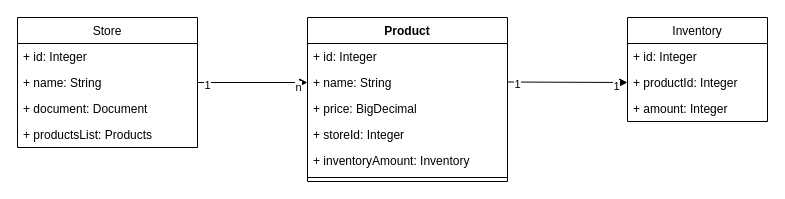
The draw.io diagram uml-diagram/csv-loader-class-diagram.drawio in LeoManzini/CsvLoader, before the edit. Source tidied: cells renumbered, new cells numbered last; positions are measured from the earlier drawing's top-left corner, leaving out a move shared by most shapes. Both pictures are drawn from the tidied source at 100%, with x=0, y=0 at pixel (17, 17).
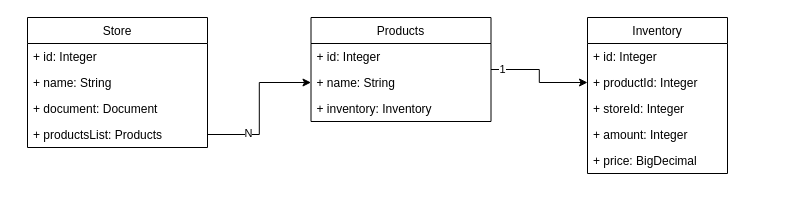
The same page after the edit.

Unchanged cells that the change refers to:
```xml
<mxCell id="11" value="+ productId: Integer" style="text;strokeColor=none;fillColor=none;align=left;verticalAlign=top;spacingLeft=4;spacingRight=4;overflow=hidden;points=[[0,0.5],[1,0.5]];portConstraint=eastwest;" parent="9" vertex="1">
  <mxGeometry y="52" width="140" height="26" as="geometry" />
</mxCell>
<mxCell id="20" value="+ productsList: Products" style="text;strokeColor=none;fillColor=none;align=left;verticalAlign=top;spacingLeft=4;spacingRight=4;overflow=hidden;points=[[0,0.5],[1,0.5]];portConstraint=eastwest;" parent="16" vertex="1">
  <mxGeometry y="104" width="180" height="26" as="geometry" />
</mxCell>
```

The edit, as a diff of the source:
```diff
@@
-    <mxCell id="2" value="Product" style="swimlane;fontStyle=1;align=center;verticalAlign=top;horizontal=1;startSize=26;" parent="1" vertex="1">
-      <mxGeometry x="290" width="200" height="164" as="geometry" />
-    </mxCell>
-    <mxCell id="3" value="+ id: Integer&#10;" style="text;strokeColor=none;fillColor=none;align=left;verticalAlign=top;spacingLeft=4;spacingRight=4;overflow=hidden;" parent="2" vertex="1">
-      <mxGeometry y="26" width="200" height="26" as="geometry" />
-    </mxCell>
-    <mxCell id="4" value="+ name: String" style="text;strokeColor=none;fillColor=none;align=left;verticalAlign=top;spacingLeft=4;spacingRight=4;overflow=hidden;points=[[0,0.5],[1,0.5]];portConstraint=eastwest;" parent="2" vertex="1">
-      <mxGeometry y="52" width="200" height="26" as="geometry" />
-    </mxCell>
-    <mxCell id="5" value="+ price: BigDecimal" style="text;strokeColor=none;fillColor=none;align=left;verticalAlign=top;spacingLeft=4;spacingRight=4;overflow=hidden;" parent="2" vertex="1">
-      <mxGeometry y="78" width="200" height="26" as="geometry" />
-    </mxCell>
-    <mxCell id="6" value="+ storeId: Integer" style="text;strokeColor=none;fillColor=none;align=left;verticalAlign=top;spacingLeft=4;spacingRight=4;overflow=hidden;" parent="2" vertex="1">
-      <mxGeometry y="104" width="200" height="26" as="geometry" />
-    </mxCell>
-    <mxCell id="7" value="+ inventoryAmount: Inventory" style="text;strokeColor=none;fillColor=none;align=left;verticalAlign=top;spacingLeft=4;spacingRight=4;overflow=hidden;" parent="2" vertex="1">
-      <mxGeometry y="130" width="200" height="26" as="geometry" />
-    </mxCell>
-    <mxCell id="8" style="line;strokeWidth=1;fillColor=none;align=left;verticalAlign=middle;spacingTop=-1;spacingLeft=3;spacingRight=3;labelPosition=right;" parent="2" vertex="1">
-      <mxGeometry y="156" width="200" height="8" as="geometry" />
-    </mxCell>
     <mxCell id="9" value="Inventory" style="swimlane;fontStyle=0;horizontal=1;startSize=26;fillColor=none;" parent="1" vertex="1">
-      <mxGeometry x="610" width="140" height="104" as="geometry" />
+      <mxGeometry x="570" width="140" height="156" as="geometry" />
     </mxCell>
@@
+    <mxCell id="6" value="+ storeId: Integer" style="text;strokeColor=none;fillColor=none;align=left;verticalAlign=top;spacingLeft=4;spacingRight=4;overflow=hidden;" parent="9" vertex="1">
+      <mxGeometry y="78" width="140" height="26" as="geometry" />
+    </mxCell>
     <mxCell id="12" value="+ amount: Integer" style="text;strokeColor=none;fillColor=none;align=left;verticalAlign=top;spacingLeft=4;spacingRight=4;overflow=hidden;" parent="9" vertex="1">
-      <mxGeometry y="78" width="140" height="26" as="geometry" />
+      <mxGeometry y="104" width="140" height="26" as="geometry" />
     </mxCell>
-    <mxCell id="13" style="edgeStyle=orthogonalEdgeStyle;rounded=0;jettySize=auto;html=1;entryX=0;entryY=0.5;entryDx=0;entryDy=0;" parent="1" edge="1" source="16" target="4">
-      <mxGeometry relative="1" as="geometry" />
-    </mxCell>
-    <mxCell id="14" value="1" style="edgeLabel;html=1;align=center;verticalAlign=middle;" parent="13" vertex="1">
-      <mxGeometry x="-0.83" y="-2" relative="1" as="geometry" />
-    </mxCell>
-    <mxCell id="15" value="n" style="edgeLabel;html=1;align=center;verticalAlign=middle;" parent="13" vertex="1">
-      <mxGeometry x="0.81" y="-4" relative="1" as="geometry" />
-    </mxCell>
+    <mxCell id="5" value="+ price: BigDecimal" style="text;strokeColor=none;fillColor=none;align=left;verticalAlign=top;spacingLeft=4;spacingRight=4;overflow=hidden;" parent="9" vertex="1">
+      <mxGeometry y="130" width="140" height="26" as="geometry" />
+    </mxCell>
     <mxCell id="16" value="Store" style="swimlane;fontStyle=0;horizontal=1;startSize=26;fillColor=none;" parent="1" vertex="1">
-      <mxGeometry width="180" height="130" as="geometry" />
+      <mxGeometry x="10" width="180" height="130" as="geometry" />
     </mxCell>
@@
-    <mxCell id="21" style="edgeStyle=orthogonalEdgeStyle;rounded=0;jettySize=auto;html=1;entryX=0;entryY=0.5;entryDx=0;entryDy=0;" parent="1" edge="1" target="11">
-      <mxGeometry relative="1" as="geometry">
-        <mxPoint x="490" y="64.5" as="sourcePoint" />
-      </mxGeometry>
-    </mxCell>
-    <mxCell id="22" value="1" style="edgeLabel;html=1;align=center;verticalAlign=middle;" parent="21" vertex="1">
-      <mxGeometry x="-0.83" y="-2" relative="1" as="geometry" />
-    </mxCell>
-    <mxCell id="23" value="1" style="edgeLabel;html=1;align=center;verticalAlign=middle;" parent="21" vertex="1">
-      <mxGeometry x="0.81" y="-4" relative="1" as="geometry" />
-    </mxCell>
+    <mxCell id="24" style="edgeStyle=orthogonalEdgeStyle;rounded=0;jettySize=auto;html=1;entryX=0;entryY=0.5;entryDx=0;entryDy=0;" parent="1" edge="1" source="26" target="11">
+      <mxGeometry relative="1" as="geometry" />
+    </mxCell>
+    <mxCell id="25" value="1" style="edgeLabel;html=1;align=center;verticalAlign=middle;" parent="24" vertex="1">
+      <mxGeometry x="-0.79" y="1" relative="1" as="geometry" />
+    </mxCell>
+    <mxCell id="26" value="Products" style="swimlane;fontStyle=0;horizontal=1;startSize=26;fillColor=none;" parent="1" vertex="1">
+      <mxGeometry x="293.5" width="180" height="104" as="geometry" />
+    </mxCell>
+    <mxCell id="3" value="+ id: Integer" style="text;strokeColor=none;fillColor=none;align=left;verticalAlign=top;spacingLeft=4;spacingRight=4;overflow=hidden;" parent="26" vertex="1">
+      <mxGeometry y="26" width="180" height="26" as="geometry" />
+    </mxCell>
+    <mxCell id="4" value="+ name: String" style="text;strokeColor=none;fillColor=none;align=left;verticalAlign=top;spacingLeft=4;spacingRight=4;overflow=hidden;points=[[0,0.5],[1,0.5]];portConstraint=eastwest;" parent="26" vertex="1">
+      <mxGeometry y="52" width="180" height="26" as="geometry" />
+    </mxCell>
+    <mxCell id="27" value="+ inventory: Inventory" style="text;strokeColor=none;fillColor=none;align=left;verticalAlign=top;spacingLeft=4;spacingRight=4;overflow=hidden;" parent="26" vertex="1">
+      <mxGeometry y="78" width="180" height="26" as="geometry" />
+    </mxCell>
+    <mxCell id="28" style="edgeStyle=orthogonalEdgeStyle;rounded=0;jettySize=auto;html=1;entryX=0;entryY=0.5;entryDx=0;entryDy=0;" parent="1" edge="1" source="20" target="4">
+      <mxGeometry relative="1" as="geometry" />
+    </mxCell>
+    <mxCell id="29" value="N" style="edgeLabel;html=1;align=center;verticalAlign=middle;" parent="28" vertex="1">
+      <mxGeometry x="-0.49" y="2" relative="1" as="geometry" />
+    </mxCell>
```
